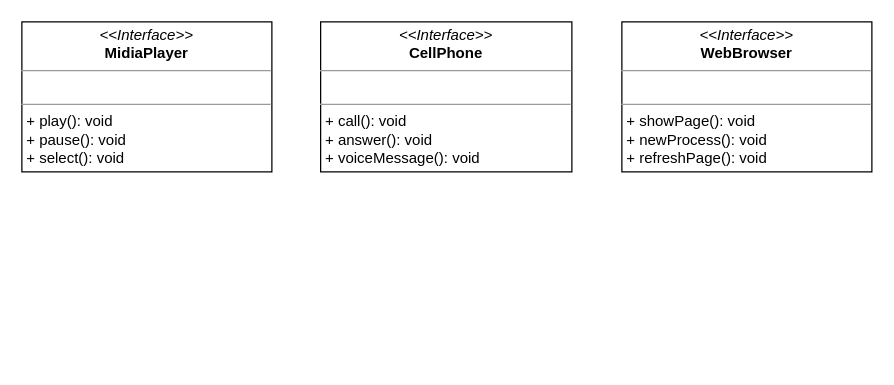
Before: iphone2007.drawio in jribas-dev/UML-iphone2007, a draw.io diagram. Source tidied: cells renumbered, new cells numbered last; positions are measured from the earlier drawing's top-left corner, leaving out a move shared by most shapes. Both pictures are drawn from the tidied source at 125%, with x=0, y=0 at pixel (21, 21).
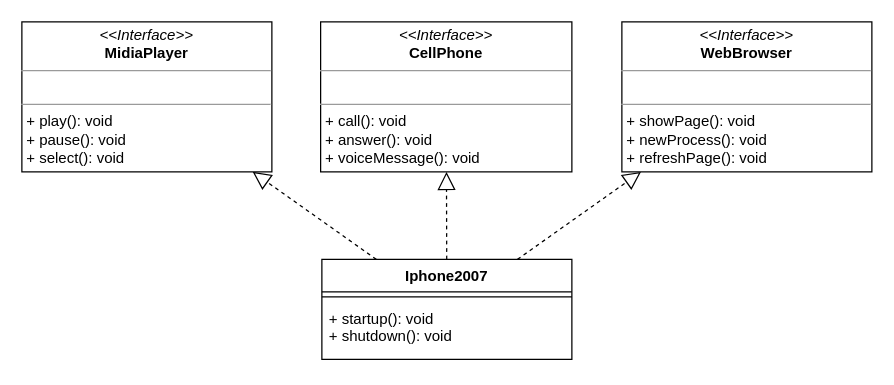
The same diagram, later.

Diff of the diagram source:
```diff
@@
 <mxGraphModel>
   <root>
     <mxCell id="0" />
     <mxCell id="1" parent="0" />
     <mxCell id="2" value="&lt;p style=&quot;margin:0px;margin-top:4px;text-align:center;&quot;&gt;&lt;i&gt;&amp;lt;&amp;lt;Interface&amp;gt;&amp;gt;&lt;/i&gt;&lt;br&gt;&lt;b&gt;MidiaPlayer&lt;/b&gt;&lt;/p&gt;&lt;hr size=&quot;1&quot;&gt;&lt;p style=&quot;margin:0px;margin-left:4px;&quot;&gt;&lt;br&gt;&lt;/p&gt;&lt;hr size=&quot;1&quot;&gt;&lt;p style=&quot;margin:0px;margin-left:4px;&quot;&gt;+ play(): void&lt;br&gt;+ pause(): void&lt;/p&gt;&lt;p style=&quot;margin:0px;margin-left:4px;&quot;&gt;+ select(): void&lt;/p&gt;" style="verticalAlign=top;align=left;overflow=fill;fontSize=12;fontFamily=Helvetica;html=1;whiteSpace=wrap;" parent="1" vertex="1">
       <mxGeometry width="200" height="120" as="geometry" />
     </mxCell>
     <mxCell id="3" value="&lt;p style=&quot;margin:0px;margin-top:4px;text-align:center;&quot;&gt;&lt;i&gt;&amp;lt;&amp;lt;Interface&amp;gt;&amp;gt;&lt;/i&gt;&lt;br&gt;&lt;b&gt;CellPhone&lt;/b&gt;&lt;/p&gt;&lt;hr size=&quot;1&quot;&gt;&lt;p style=&quot;margin:0px;margin-left:4px;&quot;&gt;&lt;br&gt;&lt;/p&gt;&lt;hr size=&quot;1&quot;&gt;&lt;p style=&quot;margin:0px;margin-left:4px;&quot;&gt;+ call(): void&lt;br&gt;+ answer(): void&lt;/p&gt;&lt;p style=&quot;margin:0px;margin-left:4px;&quot;&gt;+ voiceMessage(): void&lt;/p&gt;" style="verticalAlign=top;align=left;overflow=fill;fontSize=12;fontFamily=Helvetica;html=1;whiteSpace=wrap;" parent="1" vertex="1">
       <mxGeometry x="239" width="201" height="120" as="geometry" />
     </mxCell>
     <mxCell id="4" value="&lt;p style=&quot;margin:0px;margin-top:4px;text-align:center;&quot;&gt;&lt;i&gt;&amp;lt;&amp;lt;Interface&amp;gt;&amp;gt;&lt;/i&gt;&lt;br&gt;&lt;b&gt;WebBrowser&lt;/b&gt;&lt;/p&gt;&lt;hr size=&quot;1&quot;&gt;&lt;p style=&quot;margin:0px;margin-left:4px;&quot;&gt;&lt;br&gt;&lt;/p&gt;&lt;hr size=&quot;1&quot;&gt;&lt;p style=&quot;margin:0px;margin-left:4px;&quot;&gt;+ showPage(): void&lt;br&gt;+ newProcess(): void&lt;/p&gt;&lt;p style=&quot;margin:0px;margin-left:4px;&quot;&gt;+ refreshPage(): void&lt;/p&gt;" style="verticalAlign=top;align=left;overflow=fill;fontSize=12;fontFamily=Helvetica;html=1;whiteSpace=wrap;" parent="1" vertex="1">
       <mxGeometry x="480" width="200" height="120" as="geometry" />
     </mxCell>
+    <mxCell id="5" value="Iphone2007" style="swimlane;fontStyle=1;align=center;verticalAlign=top;horizontal=1;startSize=26;whiteSpace=wrap;html=1;" parent="1" vertex="1">
+      <mxGeometry x="240" y="190" width="200" height="80" as="geometry" />
+    </mxCell>
+    <mxCell id="6" style="line;strokeWidth=1;fillColor=none;align=left;verticalAlign=middle;spacingTop=-1;spacingLeft=3;spacingRight=3;labelPosition=right;strokeColor=inherit;" parent="5" vertex="1">
+      <mxGeometry y="26" width="200" height="8" as="geometry" />
+    </mxCell>
+    <mxCell id="7" value="+ startup(): void&lt;br&gt;+ shutdown(): void" style="text;strokeColor=none;fillColor=none;align=left;verticalAlign=top;spacingLeft=4;spacingRight=4;overflow=hidden;whiteSpace=wrap;html=1;" parent="5" vertex="1">
+      <mxGeometry y="34" width="200" height="46" as="geometry" />
+    </mxCell>
+    <mxCell id="8" style="endArrow=block;dashed=1;endFill=0;endSize=12;html=1;rounded=0;" parent="1" edge="1" source="5" target="2">
+      <mxGeometry relative="1" as="geometry" />
+    </mxCell>
+    <mxCell id="9" style="endArrow=block;dashed=1;endFill=0;endSize=12;html=1;rounded=0;" parent="1" edge="1" source="5" target="3">
+      <mxGeometry relative="1" as="geometry" />
+    </mxCell>
+    <mxCell id="10" style="endArrow=block;dashed=1;endFill=0;endSize=12;html=1;rounded=0;" parent="1" edge="1" source="5" target="4">
+      <mxGeometry relative="1" as="geometry" />
+    </mxCell>
   </root>
 </mxGraphModel>
```
